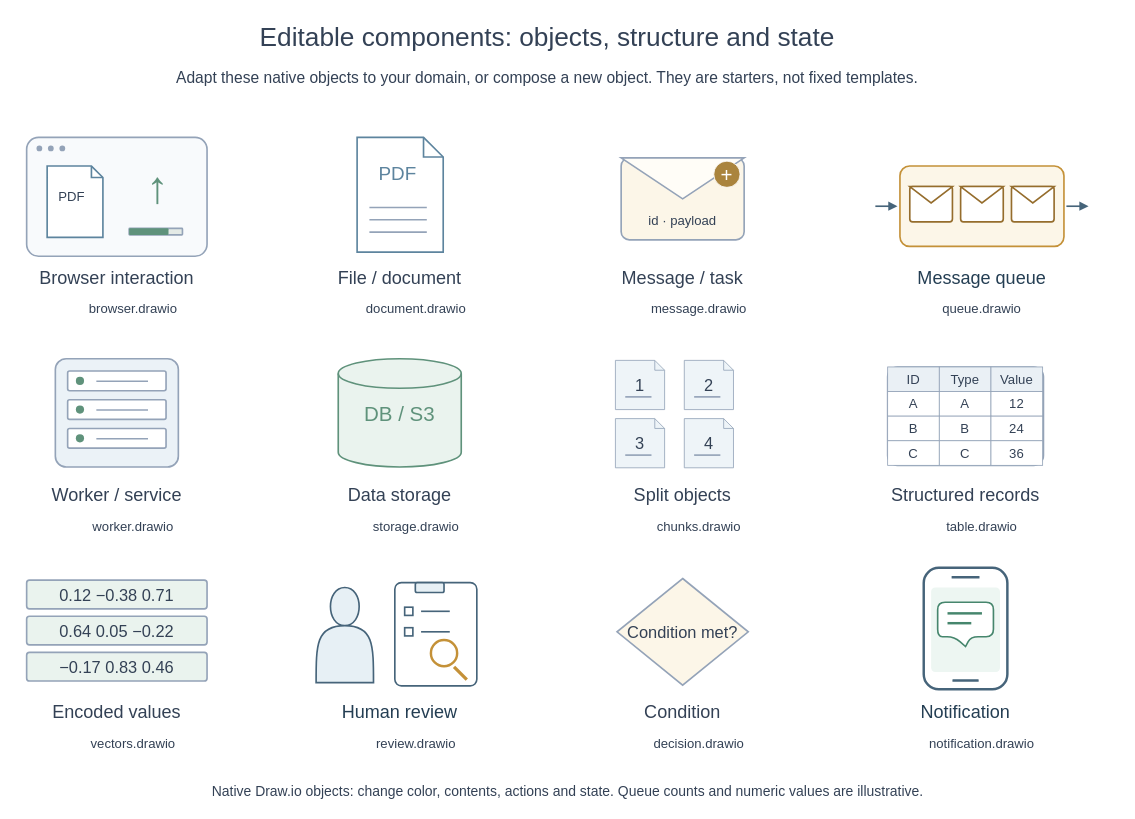
The draw.io diagram examples/components-en.drawio in henry867/drawio-visuals-skill, before the edit. Source tidied: cells renumbered, new cells numbered last; positions are measured from the earlier drawing's top-left corner, leaving out a move shared by most shapes. Both pictures are drawn from the tidied source at 82%, with x=0, y=0 at pixel (14, 14).
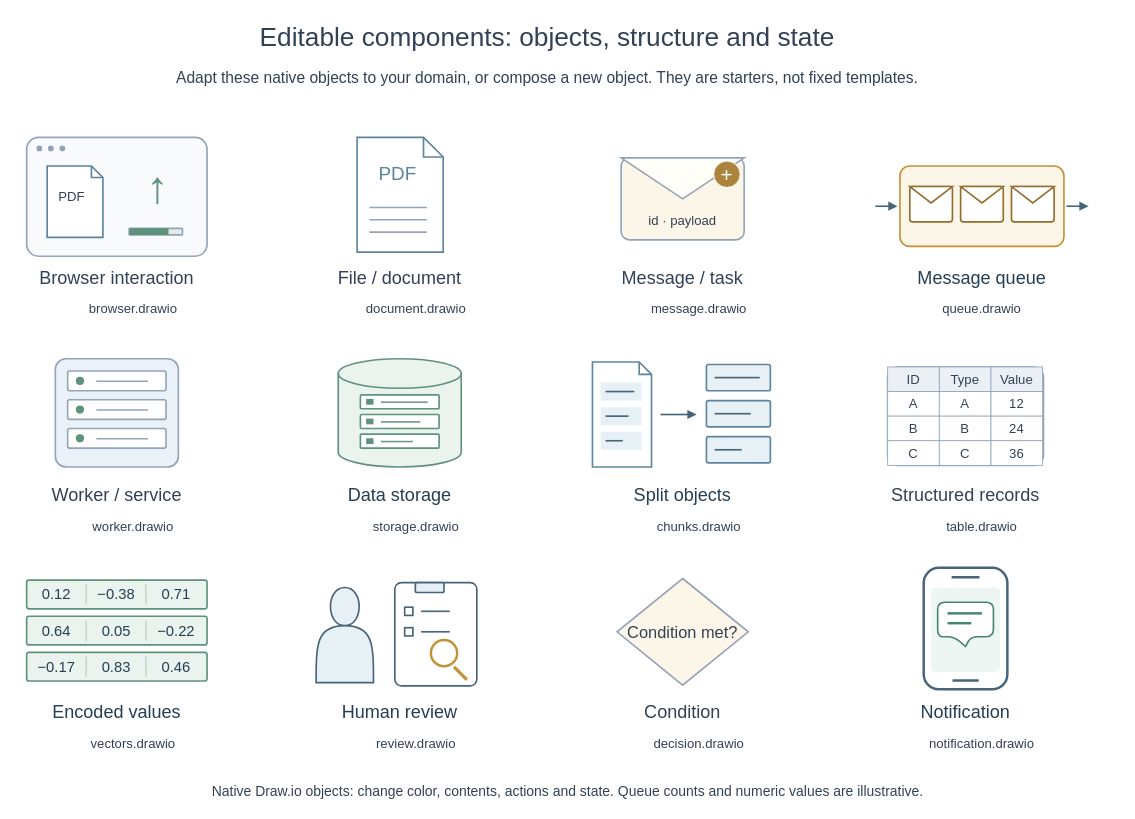
After the change.

Commit message (it also covers changes not shown here):
Clarify storage contents, split transformations and numeric dimensions

Diff of the diagram source:
```diff
@@
-    <mxCell id="45" style="group;" parent="1" vertex="1">
-      <mxGeometry x="360" y="410" width="220" height="200" as="geometry" />
-    </mxCell>
-    <mxCell id="46" style="html=1;whiteSpace=wrap;fontFamily=Helvetica;fontSize=20;fontColor=#334155;shape=cylinder3;size=18;fillColor=#EAF3EE;strokeColor=#5F927B;strokeWidth=2;" parent="45" vertex="1">
-      <mxGeometry x="35" y="10" width="150" height="132" as="geometry" />
-    </mxCell>
-    <mxCell id="47" value="DB / S3" style="html=1;whiteSpace=wrap;fontFamily=Helvetica;fontSize=20;fontColor=#334155;text;fillColor=none;strokeColor=none;align=center;verticalAlign=middle;fontSize=25;fontColor=#5F927B;" parent="46" vertex="1">
-      <mxGeometry x="5" y="48" width="140" height="35" as="geometry" />
-    </mxCell>
-    <mxCell id="48" value="Data storage" style="html=1;whiteSpace=wrap;fontFamily=Helvetica;fontSize=20;fontColor=#334155;text;fillColor=none;strokeColor=none;align=center;verticalAlign=middle;fontSize=22;fontColor=#334155;" parent="45" vertex="1">
-      <mxGeometry y="161" width="220" height="32" as="geometry" />
-    </mxCell>
@@
-    <mxCell id="50" style="group;" parent="1" vertex="1">
-      <mxGeometry x="705" y="410" width="220" height="200" as="geometry" />
-    </mxCell>
-    <mxCell id="51" value="1" style="html=1;whiteSpace=wrap;fontFamily=Helvetica;fontSize=20;fontColor=#334155;shape=note;size=12;fillColor=#EEF4F8;strokeColor=#94A3B8;fontSize=20;" parent="50" vertex="1">
-      <mxGeometry x="28" y="12" width="60" height="60" as="geometry" />
-    </mxCell>
-    <mxCell id="52" style="html=1;whiteSpace=wrap;fontFamily=Helvetica;fontSize=20;fontColor=#334155;shape=line;strokeColor=#94A3B8;strokeWidth=2;" parent="51" vertex="1">
-      <mxGeometry x="12" y="44" width="32" height="1" as="geometry" />
-    </mxCell>
-    <mxCell id="53" value="2" style="html=1;whiteSpace=wrap;fontFamily=Helvetica;fontSize=20;fontColor=#334155;shape=note;size=12;fillColor=#EEF4F8;strokeColor=#94A3B8;fontSize=20;" parent="50" vertex="1">
-      <mxGeometry x="112" y="12" width="60" height="60" as="geometry" />
-    </mxCell>
-    <mxCell id="54" style="html=1;whiteSpace=wrap;fontFamily=Helvetica;fontSize=20;fontColor=#334155;shape=line;strokeColor=#94A3B8;strokeWidth=2;" parent="53" vertex="1">
-      <mxGeometry x="12" y="44" width="32" height="1" as="geometry" />
-    </mxCell>
-    <mxCell id="55" value="3" style="html=1;whiteSpace=wrap;fontFamily=Helvetica;fontSize=20;fontColor=#334155;shape=note;size=12;fillColor=#EEF4F8;strokeColor=#94A3B8;fontSize=20;" parent="50" vertex="1">
-      <mxGeometry x="28" y="83" width="60" height="60" as="geometry" />
-    </mxCell>
-    <mxCell id="56" style="html=1;whiteSpace=wrap;fontFamily=Helvetica;fontSize=20;fontColor=#334155;shape=line;strokeColor=#94A3B8;strokeWidth=2;" parent="55" vertex="1">
-      <mxGeometry x="12" y="44" width="32" height="1" as="geometry" />
-    </mxCell>
-    <mxCell id="57" value="4" style="html=1;whiteSpace=wrap;fontFamily=Helvetica;fontSize=20;fontColor=#334155;shape=note;size=12;fillColor=#EEF4F8;strokeColor=#94A3B8;fontSize=20;" parent="50" vertex="1">
-      <mxGeometry x="112" y="83" width="60" height="60" as="geometry" />
-    </mxCell>
-    <mxCell id="58" style="html=1;whiteSpace=wrap;fontFamily=Helvetica;fontSize=20;fontColor=#334155;shape=line;strokeColor=#94A3B8;strokeWidth=2;" parent="57" vertex="1">
-      <mxGeometry x="12" y="44" width="32" height="1" as="geometry" />
-    </mxCell>
-    <mxCell id="59" value="Split objects" style="html=1;whiteSpace=wrap;fontFamily=Helvetica;fontSize=20;fontColor=#334155;text;fillColor=none;strokeColor=none;align=center;verticalAlign=middle;fontSize=22;fontColor=#334155;" parent="50" vertex="1">
-      <mxGeometry y="161" width="220" height="32" as="geometry" />
-    </mxCell>
@@
-    <mxCell id="77" style="group;" parent="1" vertex="1">
-      <mxGeometry x="15" y="675" width="220" height="200" as="geometry" />
-    </mxCell>
-    <mxCell id="78" value="0.12  −0.38  0.71" style="html=1;whiteSpace=wrap;fontFamily=Helvetica;fontSize=20;fontColor=#334155;rounded=1;arcSize=10;fillColor=#EAF3EE;strokeColor=#94A3B8;strokeWidth=2;" parent="77" vertex="1">
-      <mxGeometry y="15" width="220" height="35" as="geometry" />
-    </mxCell>
-    <mxCell id="79" value="0.64   0.05 −0.22" style="html=1;whiteSpace=wrap;fontFamily=Helvetica;fontSize=20;fontColor=#334155;rounded=1;arcSize=10;fillColor=#EAF3EE;strokeColor=#94A3B8;strokeWidth=2;" parent="77" vertex="1">
-      <mxGeometry y="59" width="220" height="35" as="geometry" />
-    </mxCell>
-    <mxCell id="80" value="−0.17  0.83  0.46" style="html=1;whiteSpace=wrap;fontFamily=Helvetica;fontSize=20;fontColor=#334155;rounded=1;arcSize=10;fillColor=#EAF3EE;strokeColor=#94A3B8;strokeWidth=2;" parent="77" vertex="1">
-      <mxGeometry y="103" width="220" height="35" as="geometry" />
-    </mxCell>
-    <mxCell id="81" value="Encoded values" style="html=1;whiteSpace=wrap;fontFamily=Helvetica;fontSize=20;fontColor=#334155;text;fillColor=none;strokeColor=none;align=center;verticalAlign=middle;fontSize=22;fontColor=#334155;" parent="77" vertex="1">
-      <mxGeometry y="161" width="220" height="32" as="geometry" />
-    </mxCell>
@@
+    <mxCell id="45" style="group;" parent="1" vertex="1">
+      <mxGeometry x="360" y="410" width="220" height="200" as="geometry" />
+    </mxCell>
+    <mxCell id="46" style="html=1;whiteSpace=wrap;fontFamily=Helvetica;fontSize=20;fontColor=#243E53;strokeWidth=2;shape=cylinder3;size=18;fillColor=#EAF3EE;strokeColor=#5F927B;" parent="45" vertex="1">
+      <mxGeometry x="35" y="10" width="150" height="132" as="geometry" />
+    </mxCell>
+    <mxCell id="121" style="html=1;whiteSpace=wrap;fontFamily=Helvetica;fontSize=20;fontColor=#243E53;strokeWidth=2;rounded=1;arcSize=8;fillColor=#FFFFFF;strokeColor=#5F927B;" parent="46" vertex="1">
+      <mxGeometry x="27" y="44" width="96" height="17" as="geometry" />
+    </mxCell>
+    <mxCell id="122" style="html=1;whiteSpace=wrap;fontFamily=Helvetica;fontSize=20;fontColor=#243E53;strokeWidth=2;fillColor=#5F927B;strokeColor=none;" parent="121" vertex="1">
+      <mxGeometry x="7" y="5" width="9" height="7" as="geometry" />
+    </mxCell>
+    <mxCell id="123" style="html=1;whiteSpace=wrap;fontFamily=Helvetica;fontSize=20;fontColor=#243E53;strokeWidth=2;fillColor=#779B89;strokeColor=none;" parent="121" vertex="1">
+      <mxGeometry x="25" y="8" width="57" height="2" as="geometry" />
+    </mxCell>
+    <mxCell id="124" style="html=1;whiteSpace=wrap;fontFamily=Helvetica;fontSize=20;fontColor=#243E53;strokeWidth=2;rounded=1;arcSize=8;fillColor=#FFFFFF;strokeColor=#5F927B;" parent="46" vertex="1">
+      <mxGeometry x="27" y="68" width="96" height="17" as="geometry" />
+    </mxCell>
+    <mxCell id="125" style="html=1;whiteSpace=wrap;fontFamily=Helvetica;fontSize=20;fontColor=#243E53;strokeWidth=2;fillColor=#5F927B;strokeColor=none;" parent="124" vertex="1">
+      <mxGeometry x="7" y="5" width="9" height="7" as="geometry" />
+    </mxCell>
+    <mxCell id="126" style="html=1;whiteSpace=wrap;fontFamily=Helvetica;fontSize=20;fontColor=#243E53;strokeWidth=2;fillColor=#779B89;strokeColor=none;" parent="124" vertex="1">
+      <mxGeometry x="25" y="8" width="48" height="2" as="geometry" />
+    </mxCell>
+    <mxCell id="127" style="html=1;whiteSpace=wrap;fontFamily=Helvetica;fontSize=20;fontColor=#243E53;strokeWidth=2;rounded=1;arcSize=8;fillColor=#FFFFFF;strokeColor=#5F927B;" parent="46" vertex="1">
+      <mxGeometry x="27" y="92" width="96" height="17" as="geometry" />
+    </mxCell>
+    <mxCell id="128" style="html=1;whiteSpace=wrap;fontFamily=Helvetica;fontSize=20;fontColor=#243E53;strokeWidth=2;fillColor=#5F927B;strokeColor=none;" parent="127" vertex="1">
+      <mxGeometry x="7" y="5" width="9" height="7" as="geometry" />
+    </mxCell>
+    <mxCell id="129" style="html=1;whiteSpace=wrap;fontFamily=Helvetica;fontSize=20;fontColor=#243E53;strokeWidth=2;fillColor=#779B89;strokeColor=none;" parent="127" vertex="1">
+      <mxGeometry x="25" y="8" width="39" height="2" as="geometry" />
+    </mxCell>
+    <mxCell id="48" value="Data storage" style="html=1;whiteSpace=wrap;fontFamily=Helvetica;fontSize=20;fontColor=#243E53;strokeWidth=2;text;strokeColor=none;fillColor=none;align=center;verticalAlign=middle;fontSize=22;" parent="45" vertex="1">
+      <mxGeometry y="161" width="220" height="32" as="geometry" />
+    </mxCell>
+    <mxCell id="50" style="group;" parent="1" vertex="1">
+      <mxGeometry x="705" y="410" width="220" height="200" as="geometry" />
+    </mxCell>
+    <mxCell id="130" style="html=1;whiteSpace=wrap;fontFamily=Helvetica;fontSize=20;fontColor=#243E53;strokeWidth=2;shape=note;size=15;fillColor=#FFFFFF;strokeColor=#5D849E;" parent="50" vertex="1">
+      <mxGeometry y="14" width="72" height="128" as="geometry" />
+    </mxCell>
+    <mxCell id="131" style="html=1;whiteSpace=wrap;fontFamily=Helvetica;fontSize=20;fontColor=#243E53;strokeWidth=2;rounded=0;fillColor=#E7F0F5;strokeColor=none;" parent="130" vertex="1">
+      <mxGeometry x="10" y="25" width="50" height="22" as="geometry" />
+    </mxCell>
+    <mxCell id="132" style="html=1;whiteSpace=wrap;fontFamily=Helvetica;fontSize=20;fontColor=#243E53;strokeWidth=2;fillColor=#46647A;strokeColor=none;" parent="131" vertex="1">
+      <mxGeometry x="6" y="10" width="35" height="2" as="geometry" />
+    </mxCell>
+    <mxCell id="51" style="html=1;whiteSpace=wrap;fontFamily=Helvetica;fontSize=20;fontColor=#243E53;strokeWidth=2;rounded=1;arcSize=8;fillColor=#E7F0F5;strokeColor=#5D849E;" parent="50" vertex="1">
+      <mxGeometry x="139" y="17" width="78" height="32" as="geometry" />
+    </mxCell>
+    <mxCell id="133" style="html=1;whiteSpace=wrap;fontFamily=Helvetica;fontSize=20;fontColor=#243E53;strokeWidth=2;fillColor=#46647A;strokeColor=none;" parent="51" vertex="1">
+      <mxGeometry x="10" y="15" width="55" height="2" as="geometry" />
+    </mxCell>
+    <mxCell id="134" style="html=1;whiteSpace=wrap;fontFamily=Helvetica;fontSize=20;fontColor=#243E53;strokeWidth=2;rounded=0;fillColor=#E7F0F5;strokeColor=none;" parent="130" vertex="1">
+      <mxGeometry x="10" y="55" width="50" height="22" as="geometry" />
+    </mxCell>
+    <mxCell id="135" style="html=1;whiteSpace=wrap;fontFamily=Helvetica;fontSize=20;fontColor=#243E53;strokeWidth=2;fillColor=#46647A;strokeColor=none;" parent="134" vertex="1">
+      <mxGeometry x="6" y="10" width="28" height="2" as="geometry" />
+    </mxCell>
+    <mxCell id="53" style="html=1;whiteSpace=wrap;fontFamily=Helvetica;fontSize=20;fontColor=#243E53;strokeWidth=2;rounded=1;arcSize=8;fillColor=#E7F0F5;strokeColor=#5D849E;" parent="50" vertex="1">
+      <mxGeometry x="139" y="61" width="78" height="32" as="geometry" />
+    </mxCell>
+    <mxCell id="136" style="html=1;whiteSpace=wrap;fontFamily=Helvetica;fontSize=20;fontColor=#243E53;strokeWidth=2;fillColor=#46647A;strokeColor=none;" parent="53" vertex="1">
+      <mxGeometry x="10" y="15" width="44" height="2" as="geometry" />
+    </mxCell>
+    <mxCell id="137" style="html=1;whiteSpace=wrap;fontFamily=Helvetica;fontSize=20;fontColor=#243E53;strokeWidth=2;rounded=0;fillColor=#E7F0F5;strokeColor=none;" parent="130" vertex="1">
+      <mxGeometry x="10" y="85" width="50" height="22" as="geometry" />
+    </mxCell>
+    <mxCell id="138" style="html=1;whiteSpace=wrap;fontFamily=Helvetica;fontSize=20;fontColor=#243E53;strokeWidth=2;fillColor=#46647A;strokeColor=none;" parent="137" vertex="1">
+      <mxGeometry x="6" y="10" width="21" height="2" as="geometry" />
+    </mxCell>
+    <mxCell id="55" style="html=1;whiteSpace=wrap;fontFamily=Helvetica;fontSize=20;fontColor=#243E53;strokeWidth=2;rounded=1;arcSize=8;fillColor=#E7F0F5;strokeColor=#5D849E;" parent="50" vertex="1">
+      <mxGeometry x="139" y="105" width="78" height="32" as="geometry" />
+    </mxCell>
+    <mxCell id="139" style="html=1;whiteSpace=wrap;fontFamily=Helvetica;fontSize=20;fontColor=#243E53;strokeWidth=2;fillColor=#46647A;strokeColor=none;" parent="55" vertex="1">
+      <mxGeometry x="10" y="15" width="33" height="2" as="geometry" />
+    </mxCell>
+    <mxCell id="140" style="endArrow=block;endFill=1;strokeColor=#46647A;strokeWidth=2;rounded=0;" parent="50" edge="1">
+      <mxGeometry relative="1" as="geometry">
+        <mxPoint x="83" y="78" as="sourcePoint" />
+        <mxPoint x="127" y="78" as="targetPoint" />
+      </mxGeometry>
+    </mxCell>
+    <mxCell id="59" value="Split objects" style="html=1;whiteSpace=wrap;fontFamily=Helvetica;fontSize=20;fontColor=#243E53;strokeWidth=2;text;strokeColor=none;fillColor=none;align=center;verticalAlign=middle;fontSize=22;" parent="50" vertex="1">
+      <mxGeometry y="161" width="220" height="32" as="geometry" />
+    </mxCell>
+    <mxCell id="77" style="group;" parent="1" vertex="1">
+      <mxGeometry x="15" y="675" width="220" height="200" as="geometry" />
+    </mxCell>
+    <mxCell id="78" style="html=1;whiteSpace=wrap;fontFamily=Helvetica;fontSize=20;fontColor=#243E53;strokeWidth=2;rounded=1;arcSize=8;fillColor=#EAF3EE;strokeColor=#5F927B;" parent="77" vertex="1">
+      <mxGeometry y="15" width="220" height="35" as="geometry" />
+    </mxCell>
+    <mxCell id="141" value="0.12" style="html=1;whiteSpace=wrap;fontFamily=Helvetica;fontSize=20;fontColor=#243E53;strokeWidth=2;text;strokeColor=none;fillColor=none;align=center;verticalAlign=middle;fontSize=18;" parent="78" vertex="1">
+      <mxGeometry x="2" y="2" width="69" height="31" as="geometry" />
+    </mxCell>
+    <mxCell id="142" style="html=1;whiteSpace=wrap;fontFamily=Helvetica;fontSize=20;fontColor=#243E53;strokeWidth=2;fillColor=#A4BCAE;strokeColor=none;" parent="78" vertex="1">
+      <mxGeometry x="72" y="5" width="1" height="25" as="geometry" />
+    </mxCell>
+    <mxCell id="143" value="−0.38" style="html=1;whiteSpace=wrap;fontFamily=Helvetica;fontSize=20;fontColor=#243E53;strokeWidth=2;text;strokeColor=none;fillColor=none;align=center;verticalAlign=middle;fontSize=18;" parent="78" vertex="1">
+      <mxGeometry x="75" y="2" width="69" height="31" as="geometry" />
+    </mxCell>
+    <mxCell id="144" style="html=1;whiteSpace=wrap;fontFamily=Helvetica;fontSize=20;fontColor=#243E53;strokeWidth=2;fillColor=#A4BCAE;strokeColor=none;" parent="78" vertex="1">
+      <mxGeometry x="145" y="5" width="1" height="25" as="geometry" />
+    </mxCell>
+    <mxCell id="145" value="0.71" style="html=1;whiteSpace=wrap;fontFamily=Helvetica;fontSize=20;fontColor=#243E53;strokeWidth=2;text;strokeColor=none;fillColor=none;align=center;verticalAlign=middle;fontSize=18;" parent="78" vertex="1">
+      <mxGeometry x="148" y="2" width="69" height="31" as="geometry" />
+    </mxCell>
+    <mxCell id="79" style="html=1;whiteSpace=wrap;fontFamily=Helvetica;fontSize=20;fontColor=#243E53;strokeWidth=2;rounded=1;arcSize=8;fillColor=#EAF3EE;strokeColor=#5F927B;" parent="77" vertex="1">
+      <mxGeometry y="59" width="220" height="35" as="geometry" />
+    </mxCell>
+    <mxCell id="146" value="0.64" style="html=1;whiteSpace=wrap;fontFamily=Helvetica;fontSize=20;fontColor=#243E53;strokeWidth=2;text;strokeColor=none;fillColor=none;align=center;verticalAlign=middle;fontSize=18;" parent="79" vertex="1">
+      <mxGeometry x="2" y="2" width="69" height="31" as="geometry" />
+    </mxCell>
+    <mxCell id="147" style="html=1;whiteSpace=wrap;fontFamily=Helvetica;fontSize=20;fontColor=#243E53;strokeWidth=2;fillColor=#A4BCAE;strokeColor=none;" parent="79" vertex="1">
+      <mxGeometry x="72" y="5" width="1" height="25" as="geometry" />
+    </mxCell>
+    <mxCell id="148" value="0.05" style="html=1;whiteSpace=wrap;fontFamily=Helvetica;fontSize=20;fontColor=#243E53;strokeWidth=2;text;strokeColor=none;fillColor=none;align=center;verticalAlign=middle;fontSize=18;" parent="79" vertex="1">
+      <mxGeometry x="75" y="2" width="69" height="31" as="geometry" />
+    </mxCell>
+    <mxCell id="149" style="html=1;whiteSpace=wrap;fontFamily=Helvetica;fontSize=20;fontColor=#243E53;strokeWidth=2;fillColor=#A4BCAE;strokeColor=none;" parent="79" vertex="1">
+      <mxGeometry x="145" y="5" width="1" height="25" as="geometry" />
+    </mxCell>
+    <mxCell id="150" value="−0.22" style="html=1;whiteSpace=wrap;fontFamily=Helvetica;fontSize=20;fontColor=#243E53;strokeWidth=2;text;strokeColor=none;fillColor=none;align=center;verticalAlign=middle;fontSize=18;" parent="79" vertex="1">
+      <mxGeometry x="148" y="2" width="69" height="31" as="geometry" />
+    </mxCell>
+    <mxCell id="80" style="html=1;whiteSpace=wrap;fontFamily=Helvetica;fontSize=20;fontColor=#243E53;strokeWidth=2;rounded=1;arcSize=8;fillColor=#EAF3EE;strokeColor=#5F927B;" parent="77" vertex="1">
+      <mxGeometry y="103" width="220" height="35" as="geometry" />
+    </mxCell>
+    <mxCell id="151" value="−0.17" style="html=1;whiteSpace=wrap;fontFamily=Helvetica;fontSize=20;fontColor=#243E53;strokeWidth=2;text;strokeColor=none;fillColor=none;align=center;verticalAlign=middle;fontSize=18;" parent="80" vertex="1">
+      <mxGeometry x="2" y="2" width="69" height="31" as="geometry" />
+    </mxCell>
+    <mxCell id="152" style="html=1;whiteSpace=wrap;fontFamily=Helvetica;fontSize=20;fontColor=#243E53;strokeWidth=2;fillColor=#A4BCAE;strokeColor=none;" parent="80" vertex="1">
+      <mxGeometry x="72" y="5" width="1" height="25" as="geometry" />
+    </mxCell>
+    <mxCell id="153" value="0.83" style="html=1;whiteSpace=wrap;fontFamily=Helvetica;fontSize=20;fontColor=#243E53;strokeWidth=2;text;strokeColor=none;fillColor=none;align=center;verticalAlign=middle;fontSize=18;" parent="80" vertex="1">
+      <mxGeometry x="75" y="2" width="69" height="31" as="geometry" />
+    </mxCell>
+    <mxCell id="154" style="html=1;whiteSpace=wrap;fontFamily=Helvetica;fontSize=20;fontColor=#243E53;strokeWidth=2;fillColor=#A4BCAE;strokeColor=none;" parent="80" vertex="1">
+      <mxGeometry x="145" y="5" width="1" height="25" as="geometry" />
+    </mxCell>
+    <mxCell id="155" value="0.46" style="html=1;whiteSpace=wrap;fontFamily=Helvetica;fontSize=20;fontColor=#243E53;strokeWidth=2;text;strokeColor=none;fillColor=none;align=center;verticalAlign=middle;fontSize=18;" parent="80" vertex="1">
+      <mxGeometry x="148" y="2" width="69" height="31" as="geometry" />
+    </mxCell>
+    <mxCell id="81" value="Encoded values" style="html=1;whiteSpace=wrap;fontFamily=Helvetica;fontSize=20;fontColor=#243E53;strokeWidth=2;text;strokeColor=none;fillColor=none;align=center;verticalAlign=middle;fontSize=22;" parent="77" vertex="1">
+      <mxGeometry y="161" width="220" height="32" as="geometry" />
+    </mxCell>
```
